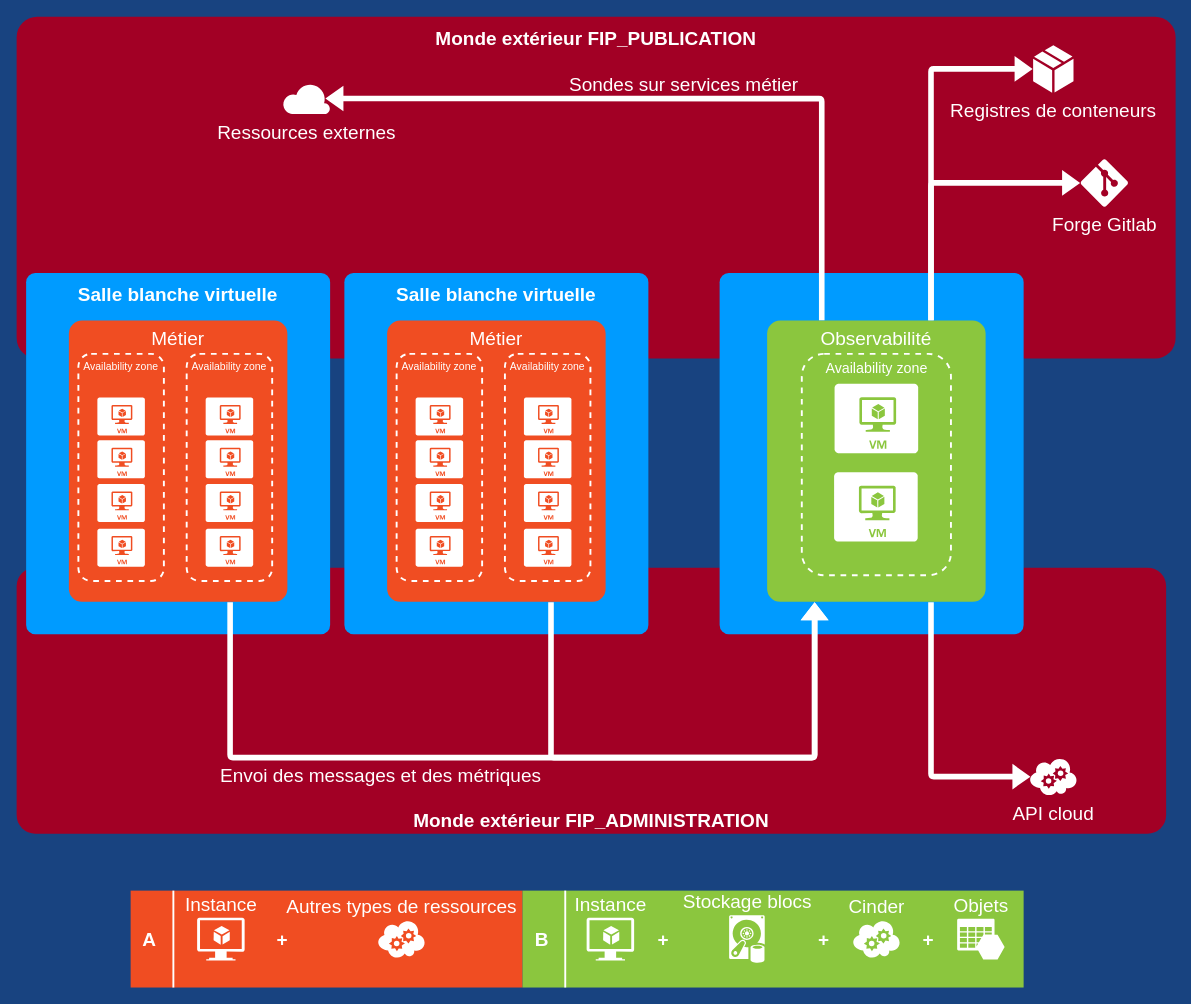
Above: page "Placement dans un projet mutualisé" (2 of 3) of docs/diagrammes.drawio in 139bercy/cloud-appliance-observability (draw.io), before the change. Source tidied: cells renumbered, new cells numbered last; positions are measured from the earlier drawing's top-left corner, leaving out a move shared by most shapes. Both pictures are drawn from the tidied source at 95%, with x=0, y=0 at pixel (16, 16).
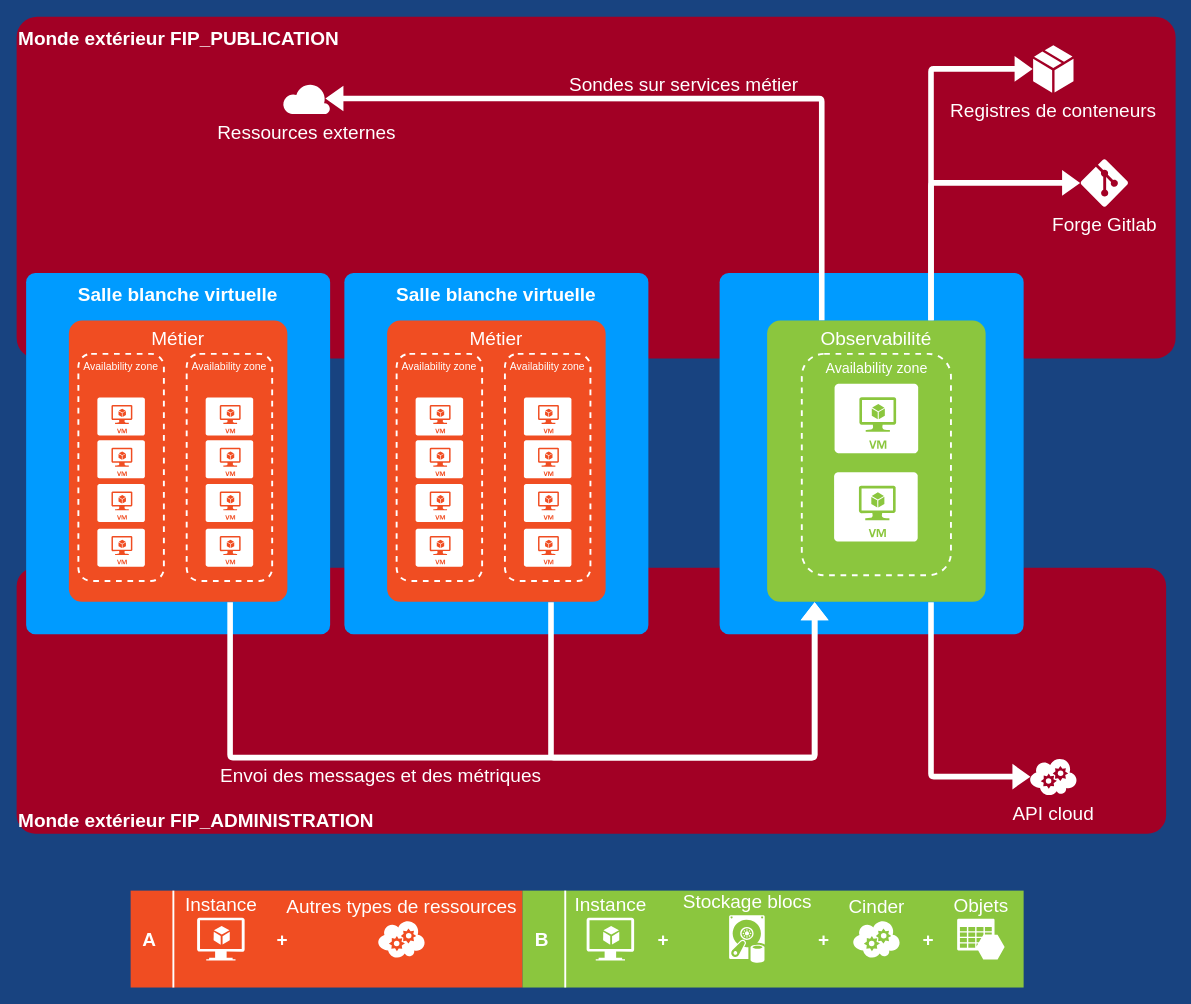
The same diagram, later.

Change to the diagram source:
```diff
@@
-    <mxCell id="2" value="Monde extérieur FIP_ADMINISTRATION" style="whiteSpace=wrap;html=1;rounded=1;shadow=0;strokeColor=none;strokeWidth=2;fillColor=#a20025;fontSize=20;align=center;arcSize=7;verticalAlign=bottom;spacingTop=4;fontStyle=1;fontColor=#ffffff;labelPosition=center;verticalLabelPosition=middle;" parent="1" vertex="1">
+    <mxCell id="2" value="Monde extérieur FIP_ADMINISTRATION" style="whiteSpace=wrap;html=1;rounded=1;shadow=0;strokeColor=none;strokeWidth=2;fillColor=#a20025;fontSize=20;align=left;arcSize=7;verticalAlign=bottom;spacingTop=4;fontStyle=1;fontColor=#ffffff;labelPosition=center;verticalLabelPosition=middle;" parent="1" vertex="1">
       <mxGeometry y="580" width="1210" height="280" as="geometry" />
     </mxCell>
-    <mxCell id="3" value="Monde extérieur FIP_PUBLICATION" style="whiteSpace=wrap;html=1;rounded=1;shadow=0;strokeColor=none;strokeWidth=2;fillColor=#a20025;fontSize=20;align=center;arcSize=6;verticalAlign=top;spacingTop=4;fontStyle=1;fontColor=#ffffff;labelPosition=center;verticalLabelPosition=middle;" parent="1" vertex="1">
+    <mxCell id="3" value="Monde extérieur FIP_PUBLICATION" style="whiteSpace=wrap;html=1;rounded=1;shadow=0;strokeColor=none;strokeWidth=2;fillColor=#a20025;fontSize=20;align=left;arcSize=6;verticalAlign=top;spacingTop=4;fontStyle=1;fontColor=#ffffff;labelPosition=center;verticalLabelPosition=middle;" parent="1" vertex="1">
       <mxGeometry width="1220" height="360" as="geometry" />
     </mxCell>
```
